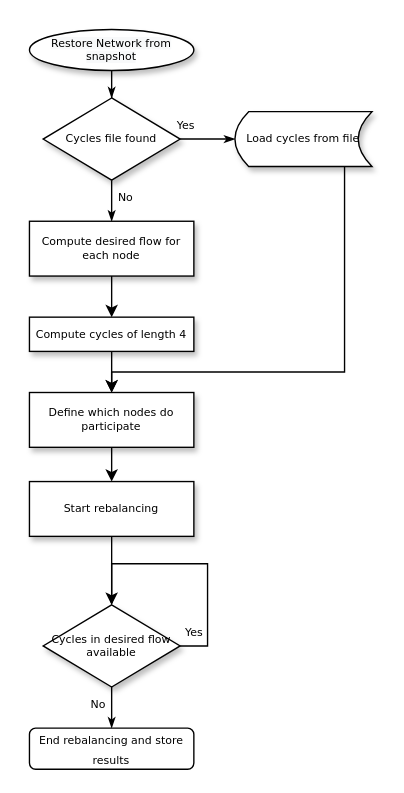
Earlier version of the draw.io diagram 06_Thesis/graphics/flow_rebal.drawio (TKone7/ln-bachelor-thesis). Source tidied: cells renumbered, new cells numbered last; positions are measured from the earlier drawing's top-left corner, leaving out a move shared by most shapes. Both pictures are drawn from the tidied source at 137%, with x=0, y=0 at pixel (29, 29).
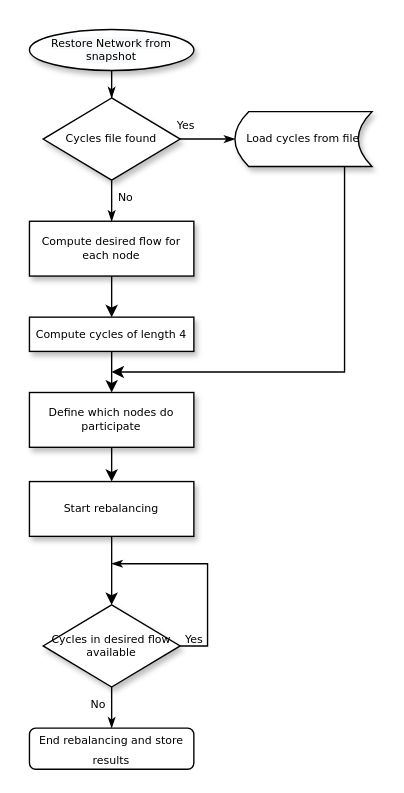
After the change.

The change refers to these unchanged cells:
```xml
<mxCell id="11" value="Define which nodes do participate" style="whiteSpace=wrap;html=1;rounded=0;shadow=1;labelBackgroundColor=none;strokeWidth=1;fontFamily=Verdana;fontSize=8;align=center;spacing=6;" parent="1" vertex="1">
  <mxGeometry y="265" width="120" height="40" as="geometry" />
</mxCell>
<mxCell id="16" value="Cycles in desired flow available" style="rhombus;whiteSpace=wrap;html=1;rounded=0;shadow=1;labelBackgroundColor=none;strokeWidth=1;fontFamily=Verdana;fontSize=8;align=center;" parent="1" vertex="1">
  <mxGeometry x="10" y="420" width="100" height="60" as="geometry" />
</mxCell>
<mxCell id="18" value="Load cycles from file" style="shape=dataStorage;whiteSpace=wrap;html=1;rounded=0;shadow=1;fontFamily=Verdana;fontSize=8;strokeWidth=1;labelBackgroundColor=none;" parent="1" vertex="1">
  <mxGeometry x="150" y="60" width="100" height="40" as="geometry" />
</mxCell>
```

What changed in the source:
```diff
@@
-    <mxCell id="14" value="Yes" style="edgeStyle=orthogonalEdgeStyle;rounded=0;html=1;labelBackgroundColor=none;startSize=5;endArrow=classicThin;endFill=1;endSize=5;jettySize=auto;orthogonalLoop=1;strokeWidth=1;fontFamily=Verdana;fontSize=8;exitX=1;exitY=0.5;exitDx=0;exitDy=0;entryX=0.5;entryY=0;entryDx=0;entryDy=0;" parent="1" edge="1" source="16" target="16">
+    <mxCell id="14" value="Yes" style="edgeStyle=orthogonalEdgeStyle;rounded=0;html=1;labelBackgroundColor=none;startSize=5;endArrow=classicThin;endFill=1;endSize=5;jettySize=auto;strokeWidth=1;fontFamily=Verdana;fontSize=8;exitX=1;exitY=0.5;exitDx=0;exitDy=0;" parent="1" edge="1" source="16">
       <mxGeometry x="-0.67" y="10" relative="1" as="geometry">
+        <mxPoint x="60" y="390" as="targetPoint" />
         <Array as="points">
           <mxPoint x="130" y="450" />
           <mxPoint x="130" y="390" />
           <mxPoint x="60" y="390" />
         </Array>
       </mxGeometry>
     </mxCell>
@@
-    <mxCell id="17" style="edgeStyle=orthogonalEdgeStyle;rounded=0;jettySize=auto;html=1;" parent="1" edge="1" source="18" target="11">
+    <mxCell id="17" style="edgeStyle=orthogonalEdgeStyle;rounded=0;jettySize=auto;html=1;" parent="1" edge="1" source="18">
       <mxGeometry relative="1" as="geometry">
+        <mxPoint x="60" y="250" as="targetPoint" />
         <Array as="points">
           <mxPoint x="230" y="250" />
-          <mxPoint x="60" y="250" />
         </Array>
       </mxGeometry>
     </mxCell>
```
